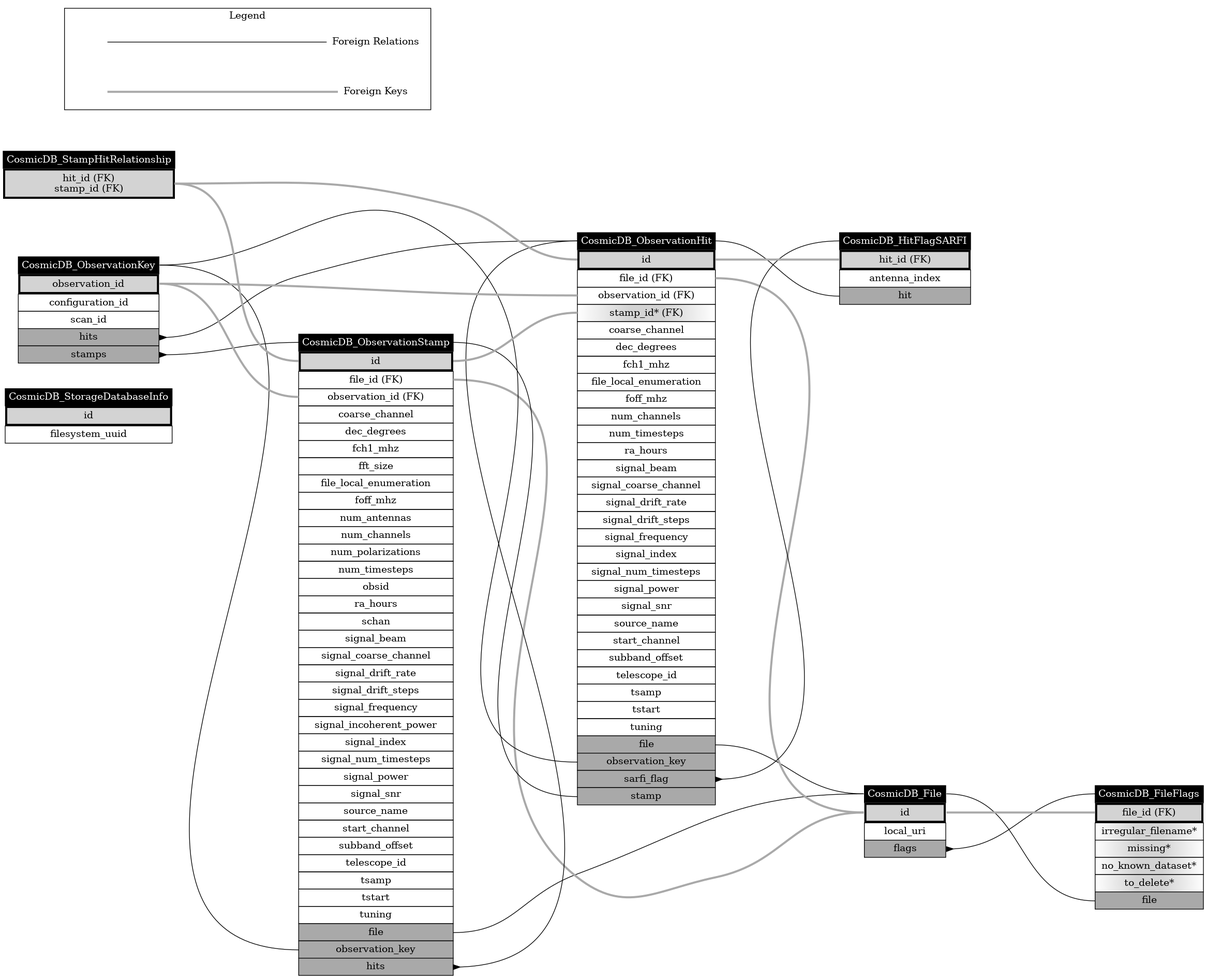
This is docs/classes_Storage.png from COSMIC-SETI/COSMIC-VLA-Database, a Graphviz export, as it was before one commit. Its source is kept beside it as docs/classes_Storage.dot.
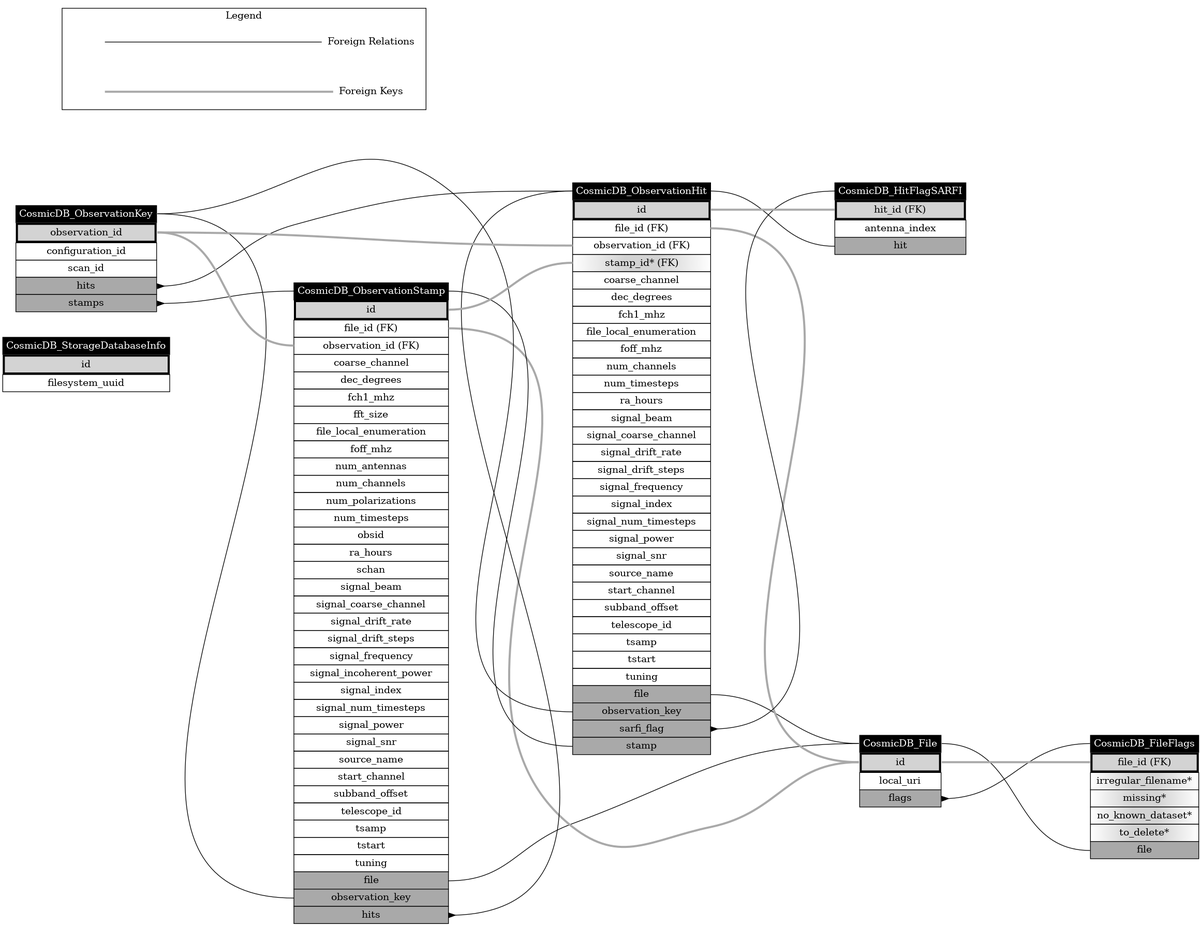
Above is the later version.

Commit message:
~~ StampHitRelationship Hits.stamp_id already fills this role

What changed in the source:
```diff
@@ -111,10 +111,6 @@
 	<tr><td port="antenna_index">antenna_index</td></tr>
 	<tr><td bgcolor="darkgrey" port="hit">hit</td></tr>
 </table>>, shape=plain];
-CosmicDB_StampHitRelationship [label=<<table border="0" cellborder="1" cellspacing="0" cellpadding="4">
-	<tr><td bgcolor="black" port="class"><font color="white">CosmicDB_StampHitRelationship</font></td></tr>
-	<tr><td port="pk" bgcolor="lightgrey" border="3">hit_id (FK)<br/>stamp_id (FK)</td></tr>
-</table>>, shape=plain];
 CosmicDB_ObservationKey:hits -> CosmicDB_ObservationHit:class  [arrowtail=inv, dir=back];
 CosmicDB_ObservationKey:stamps -> CosmicDB_ObservationStamp:class  [arrowtail=inv, dir=back];
 CosmicDB_File:flags -> CosmicDB_FileFlags:class  [arrowtail=inv, dir=back];
@@ -134,8 +130,6 @@
 CosmicDB_ObservationHit:observation_id -> CosmicDB_ObservationKey:pk  [arrowtail=none, color=darkgrey, dir=back, penwidth=3.0];
 CosmicDB_ObservationHit:stamp_id -> CosmicDB_ObservationStamp:pk  [arrowtail=none, color=darkgrey, dir=back, penwidth=3.0];
 CosmicDB_HitFlagSARFI:pk -> CosmicDB_ObservationHit:pk  [arrowtail=none, color=darkgrey, dir=back, penwidth=3.0];
-CosmicDB_StampHitRelationship:pk -> CosmicDB_ObservationHit:pk  [arrowtail=none, color=darkgrey, dir=back, penwidth=3.0];
-CosmicDB_StampHitRelationship:pk -> CosmicDB_ObservationStamp:pk  [arrowtail=none, color=darkgrey, dir=back, penwidth=3.0];
 subgraph legend {
 cluster=True;
 label="Legend";
```
